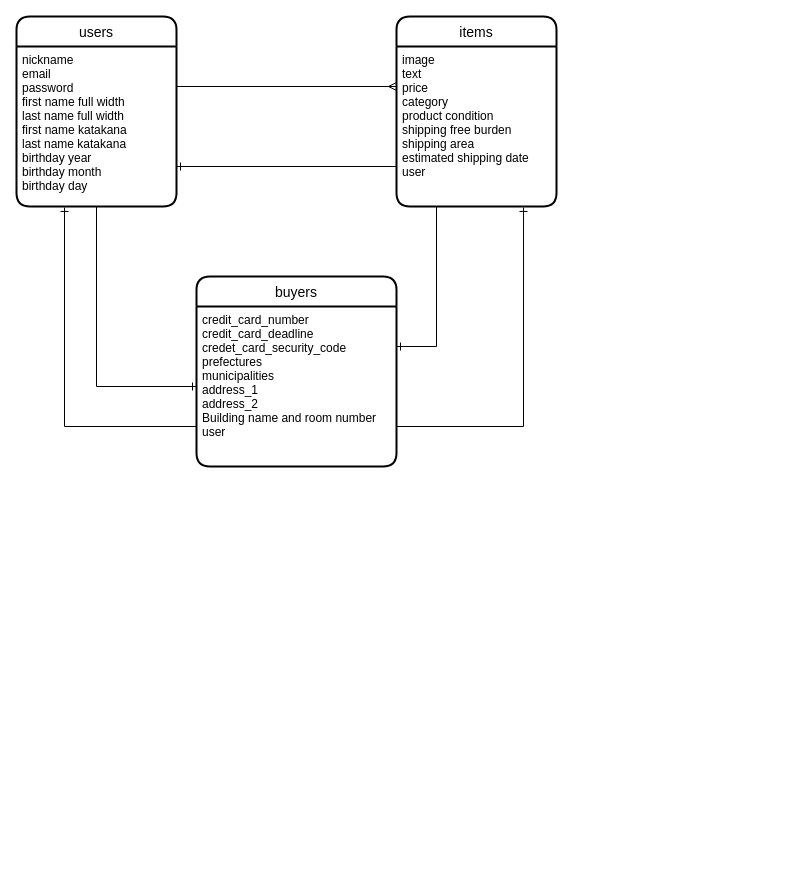
This is furima.dio from mikannsamurai/furima-35718, a draw.io file, before an edit. Source tidied: cells renumbered, new cells numbered last; positions are measured from the earlier drawing's top-left corner, leaving out a move shared by most shapes. Both pictures are drawn from the tidied source at 100%, with x=0, y=0 at pixel (16, 16).
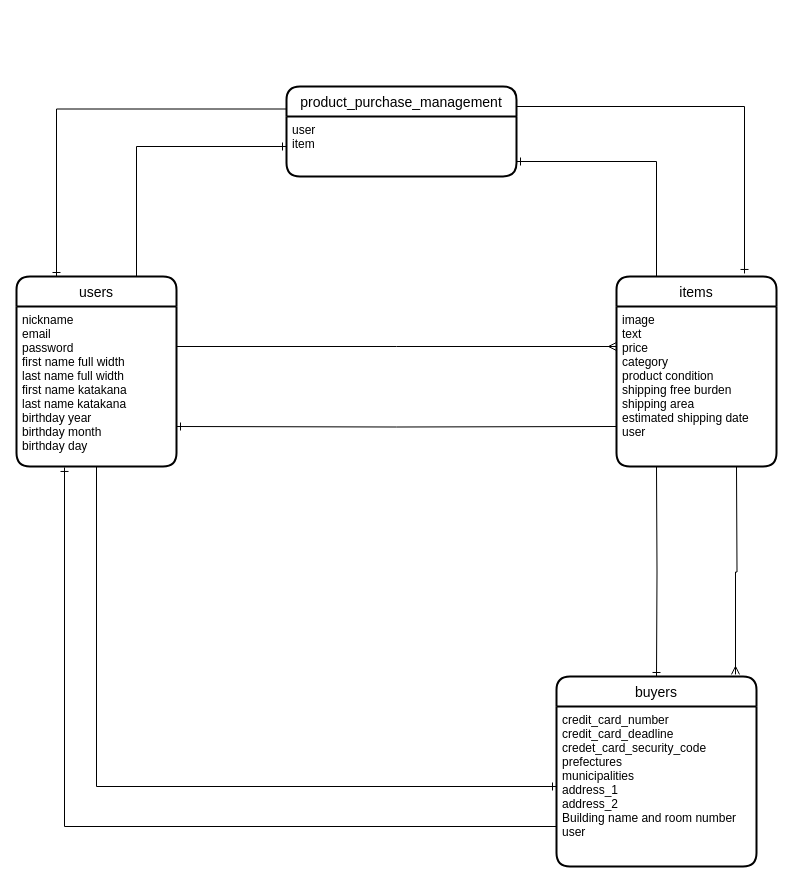
The same page after the edit.

The change refers to these unchanged cells:
```xml
<mxCell id="3" value="nickname&#10;email&#10;password&#10;first name full width&#10;last name full width&#10;first name katakana&#10;last name katakana&#10;birthday year&#10;birthday month&#10;birthday day" style="align=left;strokeColor=none;fillColor=none;spacingLeft=4;fontSize=12;verticalAlign=top;" parent="2" vertex="1">
  <mxGeometry y="30" width="160" height="160" as="geometry" />
</mxCell>
<mxCell id="5" value="image&#10;text&#10;price&#10;category&#10;product condition&#10;shipping free burden&#10;shipping area&#10;estimated shipping date&#10;user&#10;" style="align=left;strokeColor=none;fillColor=none;spacingLeft=4;fontSize=12;verticalAlign=top;" parent="4" vertex="1">
  <mxGeometry y="30" width="160" height="160" as="geometry" />
</mxCell>
<mxCell id="7" value="credit_card_number&#10;credit_card_deadline&#10;credet_card_security_code&#10;prefectures &#10;municipalities&#10;address_1 &#10;address_2&#10;Building name and room number&#10;user" style="align=left;strokeColor=none;fillColor=none;spacingLeft=4;fontSize=12;verticalAlign=top;" parent="6" vertex="1">
  <mxGeometry y="30" width="200" height="160" as="geometry" />
</mxCell>
```

The edit, as a diff of the source:
```diff
@@
+    <mxCell id="14" style="edgeStyle=orthogonalEdgeStyle;rounded=0;jettySize=auto;html=1;exitX=0.75;exitY=0;exitDx=0;exitDy=0;endArrow=ERone;endFill=0;strokeWidth=1;entryX=0;entryY=0.5;entryDx=0;entryDy=0;" parent="1" edge="1" source="2" target="19">
+      <mxGeometry relative="1" as="geometry" />
+    </mxCell>
     <mxCell id="2" value="users" style="swimlane;horizontal=1;startSize=30;rounded=1;fontSize=14;fontStyle=0;strokeWidth=2;shadow=0;dashed=0;align=center;" parent="1" vertex="1">
-      <mxGeometry width="160" height="190" as="geometry" />
+      <mxGeometry y="260" width="160" height="190" as="geometry" />
     </mxCell>
@@
+    <mxCell id="15" style="edgeStyle=orthogonalEdgeStyle;rounded=0;jettySize=auto;html=1;exitX=0.25;exitY=0;exitDx=0;exitDy=0;entryX=1;entryY=0.75;entryDx=0;entryDy=0;endArrow=ERone;endFill=0;strokeWidth=1;" parent="1" edge="1" source="4" target="19">
+      <mxGeometry relative="1" as="geometry" />
+    </mxCell>
     <mxCell id="4" value="items" style="swimlane;horizontal=1;startSize=30;rounded=1;fontSize=14;fontStyle=0;strokeWidth=2;shadow=0;dashed=0;align=center;" parent="1" vertex="1">
-      <mxGeometry x="380" width="160" height="190" as="geometry" />
+      <mxGeometry x="600" y="260" width="160" height="190" as="geometry" />
     </mxCell>
@@
     <mxCell id="6" value="buyers" style="swimlane;horizontal=1;startSize=30;rounded=1;fontSize=14;fontStyle=0;strokeWidth=2;shadow=0;dashed=0;align=center;" parent="1" vertex="1">
-      <mxGeometry x="180" y="260" width="200" height="190" as="geometry" />
+      <mxGeometry x="540" y="660" width="200" height="190" as="geometry" />
     </mxCell>
@@
-    <mxCell id="10" style="edgeStyle=orthogonalEdgeStyle;rounded=0;jettySize=auto;html=1;exitX=1;exitY=0.75;exitDx=0;exitDy=0;entryX=0.794;entryY=1.006;entryDx=0;entryDy=0;entryPerimeter=0;endArrow=ERone;endFill=0;strokeWidth=1;" parent="1" edge="1" source="7" target="5">
-      <mxGeometry relative="1" as="geometry" />
-    </mxCell>
-    <mxCell id="11" style="edgeStyle=orthogonalEdgeStyle;rounded=0;jettySize=auto;html=1;exitX=0.25;exitY=1;exitDx=0;exitDy=0;entryX=1;entryY=0.25;entryDx=0;entryDy=0;endArrow=ERone;endFill=0;strokeWidth=1;" parent="1" edge="1" source="5" target="7">
-      <mxGeometry relative="1" as="geometry" />
+    <mxCell id="11" style="edgeStyle=orthogonalEdgeStyle;rounded=0;jettySize=auto;html=1;exitX=0.25;exitY=1;exitDx=0;exitDy=0;endArrow=ERone;endFill=0;strokeWidth=1;entryX=0.5;entryY=0;entryDx=0;entryDy=0;" parent="1" edge="1" target="6">
+      <mxGeometry relative="1" as="geometry">
+        <mxPoint x="640" y="450" as="sourcePoint" />
+      </mxGeometry>
     </mxCell>
-    <mxCell id="12" style="edgeStyle=orthogonalEdgeStyle;rounded=0;jettySize=auto;html=1;exitX=0;exitY=0.75;exitDx=0;exitDy=0;entryX=1;entryY=0.75;entryDx=0;entryDy=0;endArrow=ERone;endFill=0;strokeWidth=1;" parent="1" edge="1" source="5" target="3">
-      <mxGeometry relative="1" as="geometry" />
+    <mxCell id="12" style="edgeStyle=orthogonalEdgeStyle;rounded=0;jettySize=auto;html=1;exitX=0;exitY=0.75;exitDx=0;exitDy=0;entryX=1;entryY=0.75;entryDx=0;entryDy=0;endArrow=ERone;endFill=0;strokeWidth=1;" parent="1" edge="1" target="3">
+      <mxGeometry relative="1" as="geometry">
+        <mxPoint x="600" y="410" as="sourcePoint" />
+      </mxGeometry>
     </mxCell>
-    <mxCell id="13" style="edgeStyle=orthogonalEdgeStyle;rounded=0;jettySize=auto;html=1;exitX=1;exitY=0.25;exitDx=0;exitDy=0;entryX=0;entryY=0.25;entryDx=0;entryDy=0;endArrow=ERmany;endFill=0;strokeWidth=1;" parent="1" edge="1" source="3" target="5">
-      <mxGeometry relative="1" as="geometry" />
+    <mxCell id="13" style="edgeStyle=orthogonalEdgeStyle;rounded=0;jettySize=auto;html=1;exitX=1;exitY=0.25;exitDx=0;exitDy=0;entryX=0;entryY=0.25;entryDx=0;entryDy=0;endArrow=ERmany;endFill=0;strokeWidth=1;" parent="1" edge="1" source="3">
+      <mxGeometry relative="1" as="geometry">
+        <mxPoint x="600" y="330" as="targetPoint" />
+      </mxGeometry>
     </mxCell>
+    <mxCell id="16" style="edgeStyle=orthogonalEdgeStyle;rounded=0;jettySize=auto;html=1;exitX=0.75;exitY=1;exitDx=0;exitDy=0;entryX=0.895;entryY=-0.011;entryDx=0;entryDy=0;entryPerimeter=0;endArrow=ERmany;endFill=0;strokeWidth=1;" parent="1" edge="1" target="6">
+      <mxGeometry relative="1" as="geometry">
+        <mxPoint x="720" y="450" as="sourcePoint" />
+      </mxGeometry>
+    </mxCell>
+    <mxCell id="17" style="edgeStyle=orthogonalEdgeStyle;rounded=0;jettySize=auto;html=1;exitX=0;exitY=0.25;exitDx=0;exitDy=0;entryX=0.25;entryY=0;entryDx=0;entryDy=0;endArrow=ERone;endFill=0;strokeWidth=1;" parent="1" edge="1" source="18" target="2">
+      <mxGeometry relative="1" as="geometry" />
+    </mxCell>
+    <mxCell id="18" value="product_purchase_management" style="swimlane;horizontal=1;startSize=30;rounded=1;fontSize=14;fontStyle=0;strokeWidth=2;shadow=0;dashed=0;align=center;" parent="1" vertex="1">
+      <mxGeometry x="270" y="70" width="230" height="90" as="geometry" />
+    </mxCell>
+    <mxCell id="19" value="user&#10;item" style="align=left;strokeColor=none;fillColor=none;spacingLeft=4;fontSize=12;verticalAlign=top;" parent="18" vertex="1">
+      <mxGeometry y="30" width="230" height="60" as="geometry" />
+    </mxCell>
+    <mxCell id="20" style="edgeStyle=orthogonalEdgeStyle;rounded=0;jettySize=auto;html=1;exitX=1;exitY=0.5;exitDx=0;exitDy=0;entryX=0.8;entryY=-0.016;entryDx=0;entryDy=0;entryPerimeter=0;endArrow=ERone;endFill=0;strokeWidth=1;" parent="1" edge="1" source="19" target="4">
+      <mxGeometry relative="1" as="geometry">
+        <Array as="points">
+          <mxPoint x="500" y="90" />
+          <mxPoint x="728" y="90" />
+        </Array>
+      </mxGeometry>
+    </mxCell>
```
